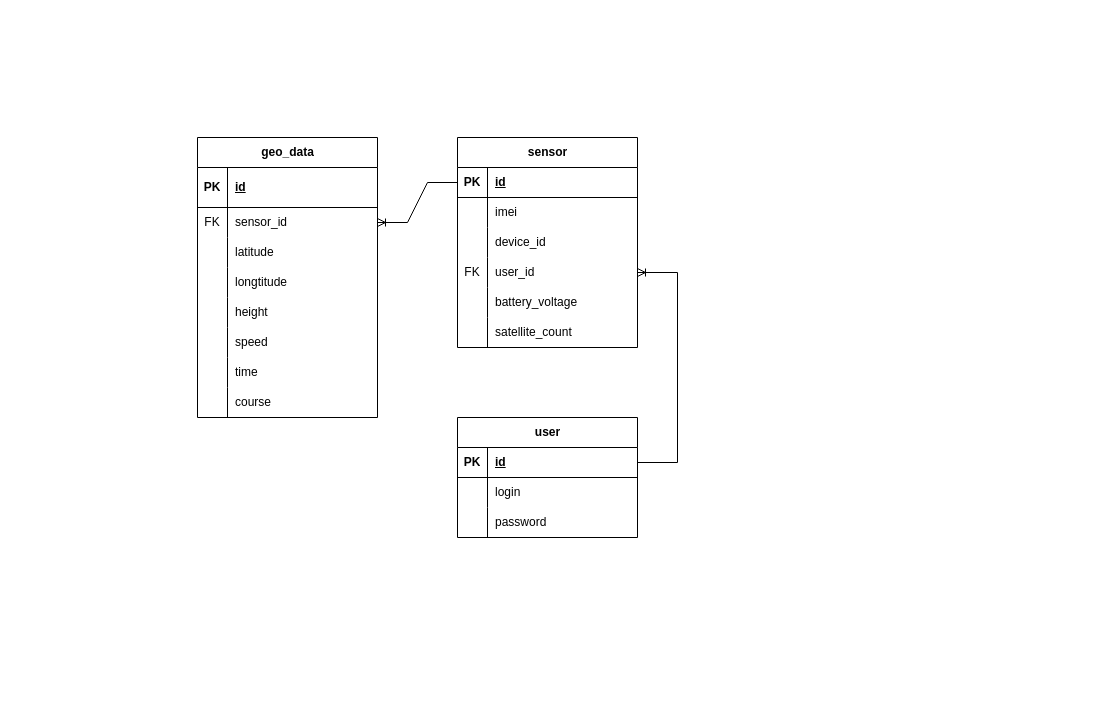
Earlier version of the draw.io diagram dsadasd.drawio (emfermenty/university.cpp). Source tidied: cells renumbered, new cells numbered last; positions are measured from the earlier drawing's top-left corner, leaving out a move shared by most shapes. Both pictures are drawn from the tidied source at 100%, with x=0, y=0 at pixel (197, 137).
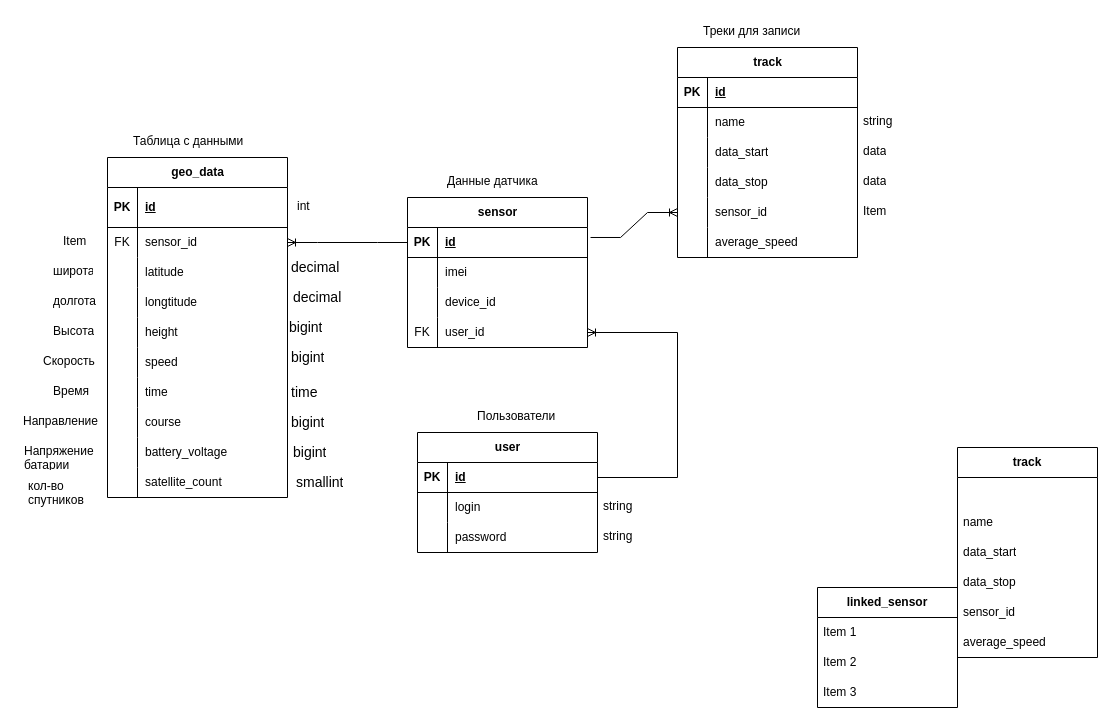
The same diagram, later.

The change refers to these unchanged cells:
```xml
<mxCell id="28" style="shape=tableRow;horizontal=0;startSize=0;swimlaneHead=0;swimlaneBody=0;fillColor=none;points=[[0,0.5],[1,0.5]];portConstraint=eastwest;top=0;left=0;right=0;bottom=1;" parent="27" vertex="1">
  <mxGeometry y="30" width="180" height="30" as="geometry" />
</mxCell>
```

Change to the diagram source:
```diff
@@
     <mxCell id="2" value="geo_data" style="shape=table;startSize=30;childLayout=tableLayout;rowLines=0;fontStyle=1;align=center;html=1;" parent="1" vertex="1">
-      <mxGeometry width="180" height="280" as="geometry" />
+      <mxGeometry x="-90" y="20" width="180" height="340" as="geometry" />
     </mxCell>
@@
+    <mxCell id="58" style="shape=tableRow;horizontal=0;startSize=0;swimlaneHead=0;swimlaneBody=0;fillColor=none;top=0;left=0;right=0;bottom=0;" parent="2" vertex="1">
+      <mxGeometry y="280" width="180" height="30" as="geometry" />
+    </mxCell>
+    <mxCell id="59" style="shape=partialRectangle;fillColor=none;top=0;left=0;bottom=0;right=0;overflow=hidden;whiteSpace=wrap;html=1;" parent="58" vertex="1">
+      <mxGeometry width="30" height="30" as="geometry" />
+    </mxCell>
+    <mxCell id="42" value="&lt;span style=&quot;text-align: center; text-wrap: nowrap;&quot;&gt;battery_voltage&lt;/span&gt;" style="shape=partialRectangle;fillColor=none;top=0;left=0;bottom=0;right=0;align=left;spacingLeft=6;overflow=hidden;whiteSpace=wrap;html=1;" parent="58" vertex="1">
+      <mxGeometry x="30" width="150" height="30" as="geometry" />
+    </mxCell>
+    <mxCell id="60" style="shape=tableRow;horizontal=0;startSize=0;swimlaneHead=0;swimlaneBody=0;fillColor=none;top=0;left=0;right=0;bottom=0;" parent="2" vertex="1">
+      <mxGeometry y="310" width="180" height="30" as="geometry" />
+    </mxCell>
+    <mxCell id="61" style="shape=partialRectangle;fillColor=none;top=0;left=0;bottom=0;right=0;overflow=hidden;whiteSpace=wrap;html=1;" parent="60" vertex="1">
+      <mxGeometry width="30" height="30" as="geometry" />
+    </mxCell>
+    <mxCell id="45" value="satellite_count" style="shape=partialRectangle;fillColor=none;top=0;left=0;bottom=0;right=0;align=left;spacingLeft=6;overflow=hidden;whiteSpace=wrap;html=1;" parent="60" vertex="1">
+      <mxGeometry x="30" width="150" height="30" as="geometry" />
+    </mxCell>
     <mxCell id="27" value="sensor" style="shape=table;startSize=30;childLayout=tableLayout;rowLines=0;fontStyle=1;align=center;html=1;" parent="1" vertex="1">
-      <mxGeometry x="260" width="180" height="210" as="geometry" />
+      <mxGeometry x="210" y="60" width="180" height="150" as="geometry" />
     </mxCell>
@@
-    <mxCell id="40" style="shape=tableRow;horizontal=0;startSize=0;swimlaneHead=0;swimlaneBody=0;fillColor=none;points=[[0,0.5],[1,0.5]];portConstraint=eastwest;top=0;left=0;right=0;bottom=0;" parent="27" vertex="1">
-      <mxGeometry y="150" width="180" height="30" as="geometry" />
-    </mxCell>
-    <mxCell id="41" style="shape=partialRectangle;fillColor=none;top=0;left=0;bottom=0;right=0;overflow=hidden;whiteSpace=wrap;html=1;" parent="40" vertex="1">
-      <mxGeometry width="30" height="30" as="geometry" />
-    </mxCell>
-    <mxCell id="42" value="battery_voltage" style="shape=partialRectangle;fillColor=none;top=0;left=0;bottom=0;right=0;align=left;spacingLeft=6;overflow=hidden;whiteSpace=wrap;html=1;" parent="40" vertex="1">
-      <mxGeometry x="30" width="150" height="30" as="geometry" />
-    </mxCell>
-    <mxCell id="43" style="shape=tableRow;horizontal=0;startSize=0;swimlaneHead=0;swimlaneBody=0;fillColor=none;top=0;left=0;right=0;bottom=0;" parent="27" vertex="1">
-      <mxGeometry y="180" width="180" height="30" as="geometry" />
-    </mxCell>
-    <mxCell id="44" style="shape=partialRectangle;fillColor=none;top=0;left=0;bottom=0;right=0;overflow=hidden;whiteSpace=wrap;html=1;" parent="43" vertex="1">
-      <mxGeometry width="30" height="30" as="geometry" />
-    </mxCell>
-    <mxCell id="45" value="satellite_count" style="shape=partialRectangle;fillColor=none;top=0;left=0;bottom=0;right=0;align=left;spacingLeft=6;overflow=hidden;whiteSpace=wrap;html=1;" parent="43" vertex="1">
-      <mxGeometry x="30" width="150" height="30" as="geometry" />
-    </mxCell>
     <mxCell id="46" value="user" style="shape=table;startSize=30;childLayout=tableLayout;rowLines=0;fontStyle=1;align=center;html=1;" parent="1" vertex="1">
-      <mxGeometry x="260" y="280" width="180" height="120" as="geometry" />
+      <mxGeometry x="220" y="295" width="180" height="120" as="geometry" />
     </mxCell>
@@
+    <mxCell id="62" value="&lt;b&gt;linked_sensor&lt;/b&gt;" style="swimlane;fontStyle=0;horizontal=1;startSize=30;whiteSpace=wrap;html=1;" parent="1" vertex="1">
+      <mxGeometry x="620" y="450" width="140" height="120" as="geometry" />
+    </mxCell>
+    <mxCell id="63" value="Item 1" style="text;strokeColor=none;fillColor=none;align=left;verticalAlign=middle;spacingLeft=4;spacingRight=4;overflow=hidden;whiteSpace=wrap;html=1;" parent="62" vertex="1">
+      <mxGeometry y="30" width="140" height="30" as="geometry" />
+    </mxCell>
+    <mxCell id="64" value="Item 2" style="text;strokeColor=none;fillColor=none;align=left;verticalAlign=middle;spacingLeft=4;spacingRight=4;overflow=hidden;whiteSpace=wrap;html=1;" parent="62" vertex="1">
+      <mxGeometry y="60" width="140" height="30" as="geometry" />
+    </mxCell>
+    <mxCell id="65" value="Item 3" style="text;strokeColor=none;fillColor=none;align=left;verticalAlign=middle;spacingLeft=4;spacingRight=4;overflow=hidden;whiteSpace=wrap;html=1;" parent="62" vertex="1">
+      <mxGeometry y="90" width="140" height="30" as="geometry" />
+    </mxCell>
+    <mxCell id="66" value="&lt;b&gt;track&lt;/b&gt;" style="swimlane;fontStyle=0;horizontal=1;startSize=30;whiteSpace=wrap;html=1;" parent="1" vertex="1">
+      <mxGeometry x="760" y="310" width="140" height="210" as="geometry" />
+    </mxCell>
+    <mxCell id="67" style="text;strokeColor=none;fillColor=none;align=left;verticalAlign=middle;spacingLeft=4;spacingRight=4;overflow=hidden;whiteSpace=wrap;html=1;" parent="66" vertex="1">
+      <mxGeometry y="30" width="140" height="30" as="geometry" />
+    </mxCell>
+    <mxCell id="68" value="name" style="text;strokeColor=none;fillColor=none;align=left;verticalAlign=middle;spacingLeft=4;spacingRight=4;overflow=hidden;whiteSpace=wrap;html=1;" parent="66" vertex="1">
+      <mxGeometry y="60" width="140" height="30" as="geometry" />
+    </mxCell>
+    <mxCell id="69" value="data_start" style="text;strokeColor=none;fillColor=none;align=left;verticalAlign=middle;spacingLeft=4;spacingRight=4;overflow=hidden;whiteSpace=wrap;html=1;" parent="66" vertex="1">
+      <mxGeometry y="90" width="140" height="30" as="geometry" />
+    </mxCell>
+    <mxCell id="70" value="data_stop" style="text;strokeColor=none;fillColor=none;align=left;verticalAlign=middle;spacingLeft=4;spacingRight=4;overflow=hidden;whiteSpace=wrap;html=1;" parent="66" vertex="1">
+      <mxGeometry y="120" width="140" height="30" as="geometry" />
+    </mxCell>
+    <mxCell id="71" value="sensor_id" style="text;strokeColor=none;fillColor=none;align=left;verticalAlign=middle;spacingLeft=4;spacingRight=4;overflow=hidden;whiteSpace=wrap;html=1;" parent="66" vertex="1">
+      <mxGeometry y="150" width="140" height="30" as="geometry" />
+    </mxCell>
+    <mxCell id="72" value="average_speed" style="text;strokeColor=none;fillColor=none;align=left;verticalAlign=middle;spacingLeft=4;spacingRight=4;overflow=hidden;whiteSpace=wrap;html=1;" parent="66" vertex="1">
+      <mxGeometry y="180" width="140" height="30" as="geometry" />
+    </mxCell>
+    <mxCell id="73" style="edgeStyle=entityRelationEdgeStyle;fontSize=12;html=1;endArrow=ERoneToMany;rounded=0;entryX=0;entryY=0.5;entryDx=0;entryDy=0;exitX=1.017;exitY=0.333;exitDx=0;exitDy=0;exitPerimeter=0;" parent="1" edge="1" source="28" target="40">
+      <mxGeometry relative="1" as="geometry">
+        <Array as="points">
+          <mxPoint x="550" y="25.8" />
+          <mxPoint x="470" y="-10" />
+          <mxPoint x="440" y="45" />
+          <mxPoint x="420" y="25" />
+          <mxPoint x="370" y="35" />
+          <mxPoint x="470" y="30" />
+          <mxPoint x="550" y="-12.2" />
+          <mxPoint x="460" y="40" />
+          <mxPoint x="450" y="30" />
+          <mxPoint x="430" y="10" />
+          <mxPoint x="440" y="40" />
+          <mxPoint x="550" y="-9.2" />
+          <mxPoint x="560" y="30.8" />
+          <mxPoint x="590" y="10.8" />
+          <mxPoint x="520" y="20.8" />
+          <mxPoint x="510" y="-69.2" />
+          <mxPoint x="530" y="-9.2" />
+          <mxPoint x="510" y="-34.2" />
+        </Array>
+      </mxGeometry>
+    </mxCell>
+    <mxCell id="74" value="Таблица с данными" style="text;strokeColor=none;fillColor=none;spacingLeft=4;spacingRight=4;overflow=hidden;fontSize=12;whiteSpace=wrap;html=1;" parent="1" vertex="1">
+      <mxGeometry x="-70" y="-10" width="140" height="30" as="geometry" />
+    </mxCell>
+    <mxCell id="75" value="Данные датчика" style="text;strokeColor=none;fillColor=none;spacingLeft=4;spacingRight=4;overflow=hidden;fontSize=12;whiteSpace=wrap;html=1;" parent="1" vertex="1">
+      <mxGeometry x="244" y="30" width="120" height="30" as="geometry" />
+    </mxCell>
+    <mxCell id="76" value="Треки для записи" style="text;strokeColor=none;fillColor=none;spacingLeft=4;spacingRight=4;overflow=hidden;fontSize=12;whiteSpace=wrap;html=1;" parent="1" vertex="1">
+      <mxGeometry x="500" y="-120" width="120" height="30" as="geometry" />
+    </mxCell>
+    <mxCell id="77" value="Пользователи" style="text;strokeColor=none;fillColor=none;spacingLeft=4;spacingRight=4;overflow=hidden;fontSize=12;whiteSpace=wrap;html=1;" parent="1" vertex="1">
+      <mxGeometry x="274" y="265" width="90" height="30" as="geometry" />
+    </mxCell>
+    <mxCell id="78" value="Item" style="text;strokeColor=none;fillColor=none;spacingLeft=4;spacingRight=4;overflow=hidden;fontSize=12;whiteSpace=wrap;html=1;" parent="1" vertex="1">
+      <mxGeometry x="-140" y="90" width="40" height="30" as="geometry" />
+    </mxCell>
+    <mxCell id="79" value="track" style="shape=table;startSize=30;childLayout=tableLayout;rowLines=0;fontStyle=1;align=center;html=1;" parent="1" vertex="1">
+      <mxGeometry x="480" y="-90" width="180" height="210" as="geometry" />
+    </mxCell>
+    <mxCell id="80" style="shape=tableRow;horizontal=0;startSize=0;swimlaneHead=0;swimlaneBody=0;fillColor=none;top=0;left=0;right=0;bottom=1;" parent="79" vertex="1">
+      <mxGeometry y="30" width="180" height="30" as="geometry" />
+    </mxCell>
+    <mxCell id="81" value="PK" style="shape=partialRectangle;fillColor=none;top=0;left=0;bottom=0;right=0;fontStyle=1;overflow=hidden;whiteSpace=wrap;html=1;" parent="80" vertex="1">
+      <mxGeometry width="30" height="30" as="geometry" />
+    </mxCell>
+    <mxCell id="82" value="id" style="shape=partialRectangle;fillColor=none;top=0;left=0;bottom=0;right=0;align=left;spacingLeft=6;fontStyle=5;overflow=hidden;whiteSpace=wrap;html=1;" parent="80" vertex="1">
+      <mxGeometry x="30" width="150" height="30" as="geometry" />
+    </mxCell>
+    <mxCell id="83" style="shape=tableRow;horizontal=0;startSize=0;swimlaneHead=0;swimlaneBody=0;fillColor=none;top=0;left=0;right=0;bottom=0;" parent="79" vertex="1">
+      <mxGeometry y="60" width="180" height="30" as="geometry" />
+    </mxCell>
+    <mxCell id="84" style="shape=partialRectangle;fillColor=none;top=0;left=0;bottom=0;right=0;overflow=hidden;whiteSpace=wrap;html=1;" parent="83" vertex="1">
+      <mxGeometry width="30" height="30" as="geometry" />
+    </mxCell>
+    <mxCell id="85" value="name" style="shape=partialRectangle;fillColor=none;top=0;left=0;bottom=0;right=0;align=left;spacingLeft=6;overflow=hidden;whiteSpace=wrap;html=1;" parent="83" vertex="1">
+      <mxGeometry x="30" width="150" height="30" as="geometry" />
+    </mxCell>
+    <mxCell id="86" style="shape=tableRow;horizontal=0;startSize=0;swimlaneHead=0;swimlaneBody=0;fillColor=none;top=0;left=0;right=0;bottom=0;" parent="79" vertex="1">
+      <mxGeometry y="90" width="180" height="30" as="geometry" />
+    </mxCell>
+    <mxCell id="87" style="shape=partialRectangle;fillColor=none;top=0;left=0;bottom=0;right=0;overflow=hidden;whiteSpace=wrap;html=1;" parent="86" vertex="1">
+      <mxGeometry width="30" height="30" as="geometry" />
+    </mxCell>
+    <mxCell id="88" value="data_start" style="shape=partialRectangle;fillColor=none;top=0;left=0;bottom=0;right=0;align=left;spacingLeft=6;overflow=hidden;whiteSpace=wrap;html=1;" parent="86" vertex="1">
+      <mxGeometry x="30" width="150" height="30" as="geometry" />
+    </mxCell>
+    <mxCell id="89" style="shape=tableRow;horizontal=0;startSize=0;swimlaneHead=0;swimlaneBody=0;fillColor=none;top=0;left=0;right=0;bottom=0;" parent="79" vertex="1">
+      <mxGeometry y="120" width="180" height="30" as="geometry" />
+    </mxCell>
+    <mxCell id="90" style="shape=partialRectangle;fillColor=none;top=0;left=0;bottom=0;right=0;overflow=hidden;whiteSpace=wrap;html=1;" parent="89" vertex="1">
+      <mxGeometry width="30" height="30" as="geometry" />
+    </mxCell>
+    <mxCell id="91" value="data_stop" style="shape=partialRectangle;fillColor=none;top=0;left=0;bottom=0;right=0;align=left;spacingLeft=6;overflow=hidden;whiteSpace=wrap;html=1;" parent="89" vertex="1">
+      <mxGeometry x="30" width="150" height="30" as="geometry" />
+    </mxCell>
+    <mxCell id="40" style="shape=tableRow;horizontal=0;startSize=0;swimlaneHead=0;swimlaneBody=0;fillColor=none;points=[[0,0.5],[1,0.5]];portConstraint=eastwest;top=0;left=0;right=0;bottom=0;" parent="79" vertex="1">
+      <mxGeometry y="150" width="180" height="30" as="geometry" />
+    </mxCell>
+    <mxCell id="92" style="shape=partialRectangle;fillColor=none;top=0;left=0;bottom=0;right=0;overflow=hidden;whiteSpace=wrap;html=1;" parent="40" vertex="1">
+      <mxGeometry width="30" height="30" as="geometry" />
+    </mxCell>
+    <mxCell id="93" value="sensor_id" style="shape=partialRectangle;fillColor=none;top=0;left=0;bottom=0;right=0;align=left;spacingLeft=6;overflow=hidden;whiteSpace=wrap;html=1;" parent="40" vertex="1">
+      <mxGeometry x="30" width="150" height="30" as="geometry" />
+    </mxCell>
+    <mxCell id="43" style="shape=tableRow;horizontal=0;startSize=0;swimlaneHead=0;swimlaneBody=0;fillColor=none;top=0;left=0;right=0;bottom=0;" parent="79" vertex="1">
+      <mxGeometry y="180" width="180" height="30" as="geometry" />
+    </mxCell>
+    <mxCell id="94" style="shape=partialRectangle;fillColor=none;top=0;left=0;bottom=0;right=0;overflow=hidden;whiteSpace=wrap;html=1;" parent="43" vertex="1">
+      <mxGeometry width="30" height="30" as="geometry" />
+    </mxCell>
+    <mxCell id="95" value="average_speed" style="shape=partialRectangle;fillColor=none;top=0;left=0;bottom=0;right=0;align=left;spacingLeft=6;overflow=hidden;whiteSpace=wrap;html=1;" parent="43" vertex="1">
+      <mxGeometry x="30" width="150" height="30" as="geometry" />
+    </mxCell>
+    <mxCell id="96" value="широта" style="text;strokeColor=none;fillColor=none;spacingLeft=4;spacingRight=4;overflow=hidden;fontSize=12;whiteSpace=wrap;html=1;" parent="1" vertex="1">
+      <mxGeometry x="-150" y="120" width="50" height="30" as="geometry" />
+    </mxCell>
+    <mxCell id="97" value="долгота" style="text;strokeColor=none;fillColor=none;spacingLeft=4;spacingRight=4;overflow=hidden;fontSize=12;whiteSpace=wrap;html=1;" parent="1" vertex="1">
+      <mxGeometry x="-150" y="150" width="55" height="30" as="geometry" />
+    </mxCell>
+    <mxCell id="98" value="Высота" style="text;strokeColor=none;fillColor=none;spacingLeft=4;spacingRight=4;overflow=hidden;fontSize=12;whiteSpace=wrap;html=1;" parent="1" vertex="1">
+      <mxGeometry x="-150" y="180" width="60" height="30" as="geometry" />
+    </mxCell>
+    <mxCell id="99" value="Скорость" style="text;strokeColor=none;fillColor=none;spacingLeft=4;spacingRight=4;overflow=hidden;fontSize=12;whiteSpace=wrap;html=1;" parent="1" vertex="1">
+      <mxGeometry x="-160" y="210" width="70" height="30" as="geometry" />
+    </mxCell>
+    <mxCell id="100" value="Время" style="text;strokeColor=none;fillColor=none;spacingLeft=4;spacingRight=4;overflow=hidden;fontSize=12;whiteSpace=wrap;html=1;" parent="1" vertex="1">
+      <mxGeometry x="-150" y="240" width="50" height="30" as="geometry" />
+    </mxCell>
+    <mxCell id="101" value="Направление" style="text;strokeColor=none;fillColor=none;spacingLeft=4;spacingRight=4;overflow=hidden;fontSize=12;whiteSpace=wrap;html=1;" parent="1" vertex="1">
+      <mxGeometry x="-180" y="270" width="90" height="30" as="geometry" />
+    </mxCell>
+    <mxCell id="102" value="Напряжение батарии" style="text;strokeColor=none;fillColor=none;spacingLeft=4;spacingRight=4;overflow=hidden;fontSize=12;whiteSpace=wrap;html=1;" parent="1" vertex="1">
+      <mxGeometry x="-178.8" y="300" width="87.5" height="30" as="geometry" />
+    </mxCell>
+    <mxCell id="103" value="кол-во спутников" style="text;strokeColor=none;fillColor=none;spacingLeft=4;spacingRight=4;overflow=hidden;fontSize=12;whiteSpace=wrap;html=1;" parent="1" vertex="1">
+      <mxGeometry x="-175" y="335" width="80" height="40" as="geometry" />
+    </mxCell>
+    <mxCell id="104" value="&lt;span style=&quot;font-family: Casper, sans-serif; font-size: 14px; text-align: -webkit-center; background-color: rgb(255, 255, 255);&quot;&gt;decimal&lt;/span&gt;" style="text;strokeColor=none;fillColor=none;spacingLeft=4;spacingRight=4;overflow=hidden;fontSize=12;whiteSpace=wrap;html=1;" parent="1" vertex="1">
+      <mxGeometry x="88" y="115" width="60" height="30" as="geometry" />
+    </mxCell>
+    <mxCell id="105" value="&lt;span style=&quot;font-family: Casper, sans-serif; font-size: 14px; text-align: -webkit-center; background-color: rgb(255, 255, 255);&quot;&gt;decimal&lt;/span&gt;" style="text;strokeColor=none;fillColor=none;spacingLeft=4;spacingRight=4;overflow=hidden;fontSize=12;whiteSpace=wrap;html=1;" parent="1" vertex="1">
+      <mxGeometry x="90" y="145" width="60" height="30" as="geometry" />
+    </mxCell>
+    <mxCell id="106" value="&lt;span style=&quot;font-family: Casper, sans-serif; font-size: 14px; text-align: -webkit-center; background-color: rgb(255, 255, 255);&quot;&gt;bigint&lt;/span&gt;" style="text;strokeColor=none;fillColor=none;spacingLeft=4;spacingRight=4;overflow=hidden;fontSize=12;whiteSpace=wrap;html=1;" parent="1" vertex="1">
+      <mxGeometry x="86.2" y="175" width="70" height="30" as="geometry" />
+    </mxCell>
+    <mxCell id="107" value="&lt;span style=&quot;font-family: Casper, sans-serif; font-size: 14px; text-align: -webkit-center; background-color: rgb(255, 255, 255);&quot;&gt;bigint&lt;/span&gt;" style="text;strokeColor=none;fillColor=none;spacingLeft=4;spacingRight=4;overflow=hidden;fontSize=12;whiteSpace=wrap;html=1;" parent="1" vertex="1">
+      <mxGeometry x="88" y="205" width="72" height="30" as="geometry" />
+    </mxCell>
+    <mxCell id="108" value="&lt;span style=&quot;font-family: Casper, sans-serif; font-size: 14px; text-align: -webkit-center; background-color: rgb(255, 255, 255);&quot;&gt;time&lt;/span&gt;" style="text;strokeColor=none;fillColor=none;spacingLeft=4;spacingRight=4;overflow=hidden;fontSize=12;whiteSpace=wrap;html=1;" parent="1" vertex="1">
+      <mxGeometry x="88" y="240" width="62" height="30" as="geometry" />
+    </mxCell>
+    <mxCell id="109" value="&lt;div style=&quot;text-align: -webkit-center;&quot;&gt;&lt;span style=&quot;font-family: Casper, sans-serif; font-size: 14px; background-color: rgb(255, 255, 255);&quot;&gt;bigint&lt;/span&gt;&lt;br&gt;&lt;/div&gt;" style="text;strokeColor=none;fillColor=none;spacingLeft=4;spacingRight=4;overflow=hidden;fontSize=12;whiteSpace=wrap;html=1;" parent="1" vertex="1">
+      <mxGeometry x="88" y="270" width="62" height="30" as="geometry" />
+    </mxCell>
+    <mxCell id="110" value="&lt;span style=&quot;font-family: Casper, sans-serif; font-size: 14px; text-align: -webkit-center; background-color: rgb(255, 255, 255);&quot;&gt;bigint&lt;/span&gt;" style="text;strokeColor=none;fillColor=none;spacingLeft=4;spacingRight=4;overflow=hidden;fontSize=12;whiteSpace=wrap;html=1;" parent="1" vertex="1">
+      <mxGeometry x="90" y="300" width="56" height="30" as="geometry" />
+    </mxCell>
+    <mxCell id="111" value="&lt;span style=&quot;font-family: Casper, sans-serif; font-size: 14px; text-align: -webkit-center; background-color: rgb(255, 255, 255);&quot;&gt;smallint&lt;/span&gt;" style="text;strokeColor=none;fillColor=none;spacingLeft=4;spacingRight=4;overflow=hidden;fontSize=12;whiteSpace=wrap;html=1;" parent="1" vertex="1">
+      <mxGeometry x="92.5" y="330" width="57.5" height="30" as="geometry" />
+    </mxCell>
+    <mxCell id="112" value="int" style="text;strokeColor=none;fillColor=none;spacingLeft=4;spacingRight=4;overflow=hidden;fontSize=12;whiteSpace=wrap;html=1;" parent="1" vertex="1">
+      <mxGeometry x="94" y="55" width="40" height="30" as="geometry" />
+    </mxCell>
+    <mxCell id="113" value="string" style="text;strokeColor=none;fillColor=none;spacingLeft=4;spacingRight=4;overflow=hidden;fontSize=12;whiteSpace=wrap;html=1;" parent="1" vertex="1">
+      <mxGeometry x="400" y="385" width="40" height="30" as="geometry" />
+    </mxCell>
+    <mxCell id="114" value="string" style="text;strokeColor=none;fillColor=none;spacingLeft=4;spacingRight=4;overflow=hidden;fontSize=12;whiteSpace=wrap;html=1;" parent="1" vertex="1">
+      <mxGeometry x="400" y="355" width="40" height="30" as="geometry" />
+    </mxCell>
+    <mxCell id="115" value="string" style="text;strokeColor=none;fillColor=none;spacingLeft=4;spacingRight=4;overflow=hidden;fontSize=12;whiteSpace=wrap;html=1;" parent="1" vertex="1">
+      <mxGeometry x="660" y="-30" width="40" height="30" as="geometry" />
+    </mxCell>
+    <mxCell id="116" value="data" style="text;strokeColor=none;fillColor=none;spacingLeft=4;spacingRight=4;overflow=hidden;fontSize=12;whiteSpace=wrap;html=1;" parent="1" vertex="1">
+      <mxGeometry x="660" width="40" height="30" as="geometry" />
+    </mxCell>
+    <mxCell id="117" value="data" style="text;strokeColor=none;fillColor=none;spacingLeft=4;spacingRight=4;overflow=hidden;fontSize=12;whiteSpace=wrap;html=1;" parent="1" vertex="1">
+      <mxGeometry x="660" y="30" width="40" height="30" as="geometry" />
+    </mxCell>
+    <mxCell id="118" value="Item" style="text;strokeColor=none;fillColor=none;spacingLeft=4;spacingRight=4;overflow=hidden;fontSize=12;whiteSpace=wrap;html=1;" parent="1" vertex="1">
+      <mxGeometry x="660" y="60" width="40" height="30" as="geometry" />
+    </mxCell>
```
